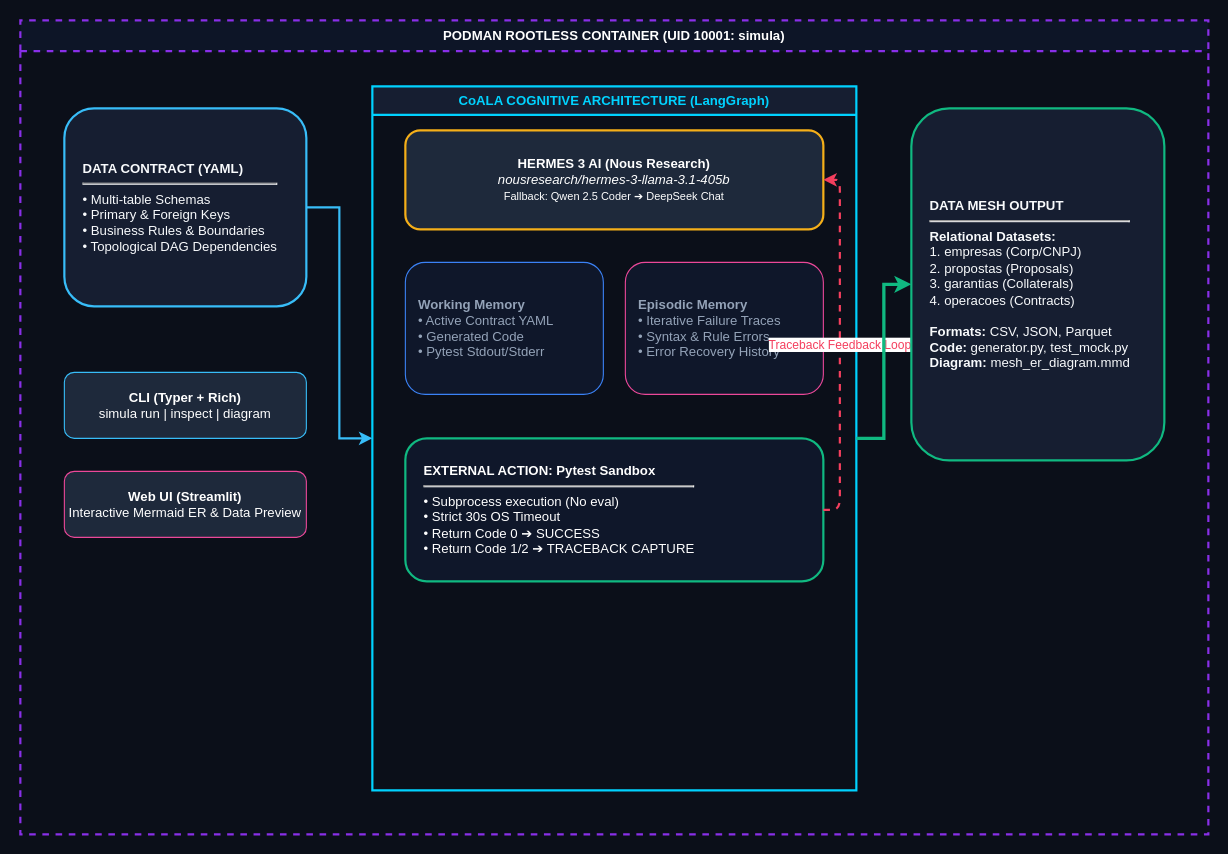
This is docs/simula_data_mesh_architecture.drawio from Helfstein-one/simula-ai, a draw.io file, before an edit. Source tidied: cells renumbered, new cells numbered last; positions are measured from the earlier drawing's top-left corner, leaving out a move shared by most shapes. Both pictures are drawn from the tidied source at 110%, with x=0, y=0 at pixel (20, 20). Pictures stored in the file or linked from it are replaced by grey dashed boxes.
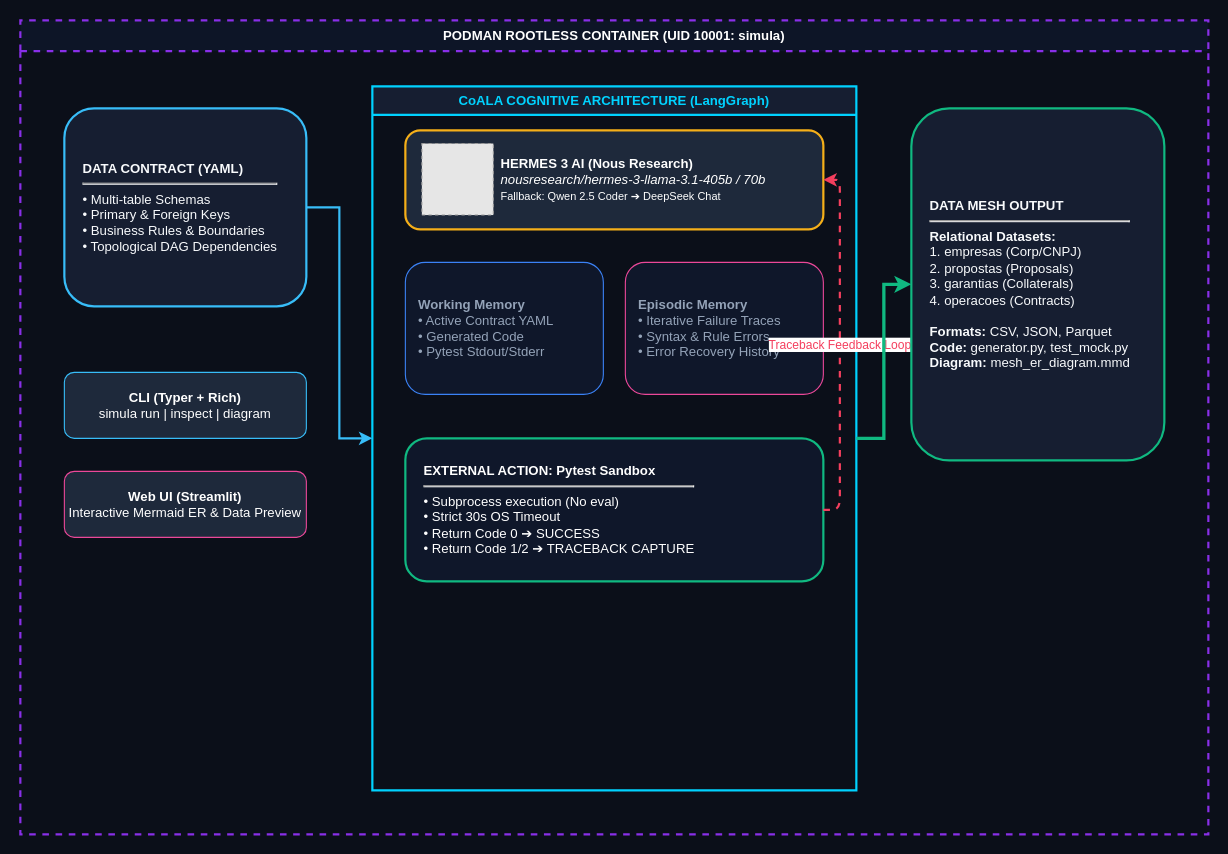
After the change.

Commit message (it also covers changes not shown here):
docs: add drawio architecture screenshot with official icons and hermes image to readme

The edit, as a diff of the source:
```diff
@@
 <mxGraphModel background="#0B0F19">
   <root>
     <mxCell id="0" />
     <mxCell id="1" parent="0" />
     <mxCell id="2" value="PODMAN ROOTLESS CONTAINER (UID 10001: simula)" style="swimlane;whiteSpace=wrap;html=1;startSize=28;fillColor=#0D1527;strokeColor=#892FE8;strokeWidth=2;dashed=1;fontColor=#FFFFFF;fontStyle=1;fontSize=12;" parent="1" vertex="1">
       <mxGeometry width="1080" height="740" as="geometry" />
     </mxCell>
     <mxCell id="3" value="&lt;b&gt;DATA CONTRACT (YAML)&lt;/b&gt;&lt;br&gt;&lt;hr&gt;• Multi-table Schemas&lt;br&gt;• Primary &amp;amp; Foreign Keys&lt;br&gt;• Business Rules &amp;amp; Boundaries&lt;br&gt;• Topological DAG Dependencies" style="rounded=1;whiteSpace=wrap;html=1;fillColor=#161E31;strokeColor=#38BDF8;strokeWidth=2;fontColor=#F8FAFC;align=left;spacingLeft=15;" parent="2" vertex="1">
       <mxGeometry x="40" y="80" width="220" height="180" as="geometry" />
     </mxCell>
     <mxCell id="4" value="&lt;b&gt;CLI (Typer + Rich)&lt;/b&gt;&lt;br&gt;simula run | inspect | diagram" style="rounded=1;whiteSpace=wrap;html=1;fillColor=#1E293B;strokeColor=#38BDF8;fontColor=#FFFFFF;" parent="2" vertex="1">
       <mxGeometry x="40" y="320" width="220" height="60" as="geometry" />
     </mxCell>
     <mxCell id="5" value="&lt;b&gt;Web UI (Streamlit)&lt;/b&gt;&lt;br&gt;Interactive Mermaid ER &amp;amp; Data Preview" style="rounded=1;whiteSpace=wrap;html=1;fillColor=#1E293B;strokeColor=#EC4899;fontColor=#FFFFFF;" parent="2" vertex="1">
       <mxGeometry x="40" y="410" width="220" height="60" as="geometry" />
     </mxCell>
     <mxCell id="6" value="&lt;b&gt;CoALA COGNITIVE ARCHITECTURE (LangGraph)&lt;/b&gt;" style="swimlane;whiteSpace=wrap;html=1;startSize=26;fillColor=#161E31;strokeColor=#00D2FF;strokeWidth=2;fontColor=#00D2FF;fontStyle=1;" parent="2" vertex="1">
       <mxGeometry x="320" y="60" width="440" height="640" as="geometry" />
     </mxCell>
-    <mxCell id="7" value="&lt;b&gt;HERMES 3 AI (Nous Research)&lt;/b&gt;&lt;br&gt;&lt;i&gt;nousresearch/hermes-3-llama-3.1-405b&lt;/i&gt;&lt;br&gt;&lt;small&gt;Fallback: Qwen 2.5 Coder ➔ DeepSeek Chat&lt;/small&gt;" style="rounded=1;whiteSpace=wrap;html=1;fillColor=#1E293B;strokeColor=#F5AF19;strokeWidth=2;fontColor=#FFFFFF;" parent="6" vertex="1">
+    <mxCell id="7" value="&lt;b&gt;HERMES 3 AI (Nous Research)&lt;/b&gt;&lt;br&gt;&lt;i&gt;nousresearch/hermes-3-llama-3.1-405b / 70b&lt;/i&gt;&lt;br&gt;&lt;small&gt;Fallback: Qwen 2.5 Coder ➔ DeepSeek Chat&lt;/small&gt;" style="rounded=1;whiteSpace=wrap;html=1;fillColor=#1E293B;strokeColor=#F5AF19;strokeWidth=2;fontColor=#FFFFFF;spacingLeft=85;align=left;" parent="6" vertex="1">
       <mxGeometry x="30" y="40" width="380" height="90" as="geometry" />
     </mxCell>
+    <mxCell id="15" style="fillColor=#E6E6E6;strokeColor=#999999;dashed=1;html=1;verticalAlign=top;verticalLabelPosition=bottom;" parent="6" vertex="1">
+      <mxGeometry x="45" y="52" width="65" height="65" as="geometry" />
+    </mxCell>
     <mxCell id="8" value="&lt;b&gt;Working Memory&lt;/b&gt;&lt;br&gt;• Active Contract YAML&lt;br&gt;• Generated Code&lt;br&gt;• Pytest Stdout/Stderr" style="rounded=1;whiteSpace=wrap;html=1;fillColor=#0F172A;strokeColor=#3B82F6;fontColor=#94A3B8;align=left;spacingLeft=10;" parent="6" vertex="1">
       <mxGeometry x="30" y="160" width="180" height="120" as="geometry" />
     </mxCell>
     <mxCell id="9" value="&lt;b&gt;Episodic Memory&lt;/b&gt;&lt;br&gt;• Iterative Failure Traces&lt;br&gt;• Syntax &amp;amp; Rule Errors&lt;br&gt;• Error Recovery History" style="rounded=1;whiteSpace=wrap;html=1;fillColor=#0F172A;strokeColor=#EC4899;fontColor=#94A3B8;align=left;spacingLeft=10;" parent="6" vertex="1">
       <mxGeometry x="230" y="160" width="180" height="120" as="geometry" />
     </mxCell>
     <mxCell id="10" value="&lt;b&gt;EXTERNAL ACTION: Pytest Sandbox&lt;/b&gt;&lt;br&gt;&lt;hr&gt;• Subprocess execution (No eval)&lt;br&gt;• Strict 30s OS Timeout&lt;br&gt;• Return Code 0 ➔ SUCCESS&lt;br&gt;• Return Code 1/2 ➔ TRACEBACK CAPTURE" style="rounded=1;whiteSpace=wrap;html=1;fillColor=#0F172A;strokeColor=#10B981;strokeWidth=2;fontColor=#FFFFFF;align=left;spacingLeft=15;" parent="6" vertex="1">
       <mxGeometry x="30" y="320" width="380" height="130" as="geometry" />
     </mxCell>
     <mxCell id="11" value="Traceback Feedback Loop" style="edgeStyle=orthogonalEdgeStyle;rounded=1;jettySize=auto;html=1;entryX=1;entryY=0.5;entryDx=0;entryDy=0;exitX=1;exitY=0.5;exitDx=0;exitDy=0;strokeColor=#F43F5E;strokeWidth=2;dashed=1;fontColor=#F43F5E;fontSize=11;" parent="6" edge="1" source="10" target="7">
       <mxGeometry relative="1" as="geometry">
         <Array as="points">
           <mxPoint x="425" y="385" />
           <mxPoint x="425" y="85" />
         </Array>
       </mxGeometry>
     </mxCell>
     <mxCell id="12" value="&lt;b&gt;DATA MESH OUTPUT&lt;/b&gt;&lt;br&gt;&lt;hr&gt;&lt;b&gt;Relational Datasets:&lt;/b&gt;&lt;br&gt;1. empresas (Corp/CNPJ)&lt;br&gt;2. propostas (Proposals)&lt;br&gt;3. garantias (Collaterals)&lt;br&gt;4. operacoes (Contracts)&lt;br&gt;&lt;br&gt;&lt;b&gt;Formats:&lt;/b&gt; CSV, JSON, Parquet&lt;br&gt;&lt;b&gt;Code:&lt;/b&gt; generator.py, test_mock.py&lt;br&gt;&lt;b&gt;Diagram:&lt;/b&gt; mesh_er_diagram.mmd" style="rounded=1;whiteSpace=wrap;html=1;fillColor=#161E31;strokeColor=#10B981;strokeWidth=2;fontColor=#F8FAFC;align=left;spacingLeft=15;" parent="2" vertex="1">
       <mxGeometry x="810" y="80" width="230" height="320" as="geometry" />
     </mxCell>
     <mxCell id="13" style="edgeStyle=orthogonalEdgeStyle;rounded=0;jettySize=auto;html=1;strokeColor=#38BDF8;strokeWidth=2;" parent="2" edge="1" source="3" target="6">
       <mxGeometry relative="1" as="geometry" />
     </mxCell>
     <mxCell id="14" style="edgeStyle=orthogonalEdgeStyle;rounded=0;jettySize=auto;html=1;strokeColor=#10B981;strokeWidth=3;" parent="2" edge="1" source="6" target="12">
       <mxGeometry relative="1" as="geometry" />
     </mxCell>
   </root>
 </mxGraphModel>
```
